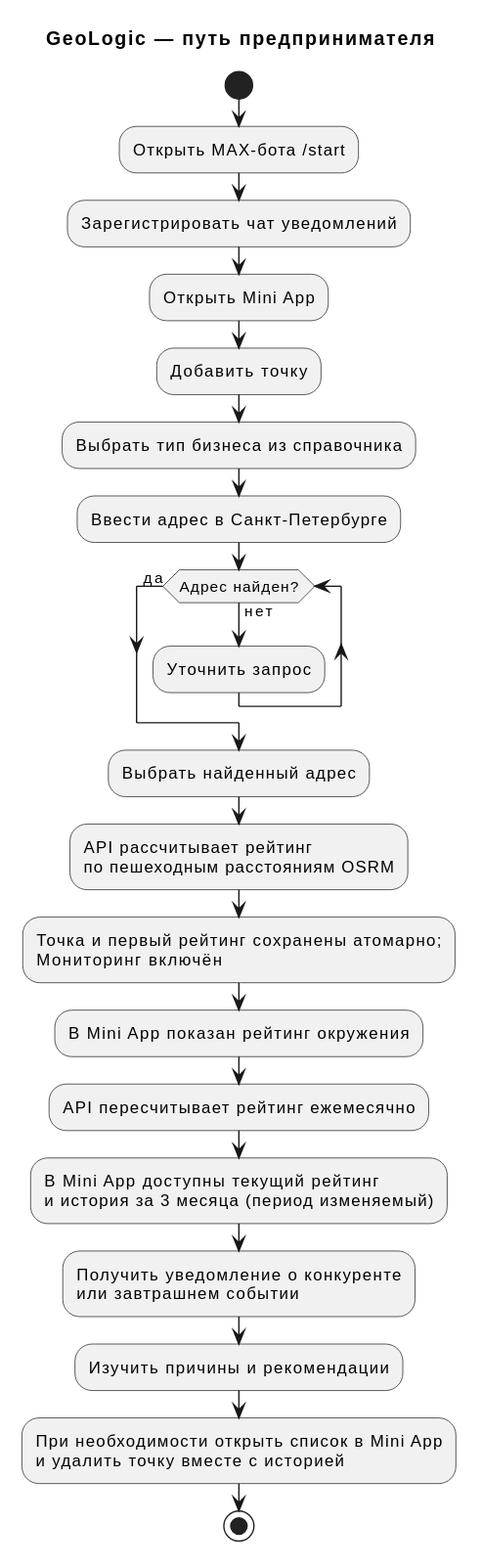
The PlantUML diagram docs/diagrams/rendered/cjm-owner.svg in kotafan1rich/GeoLogic-Monitor, before a commit.
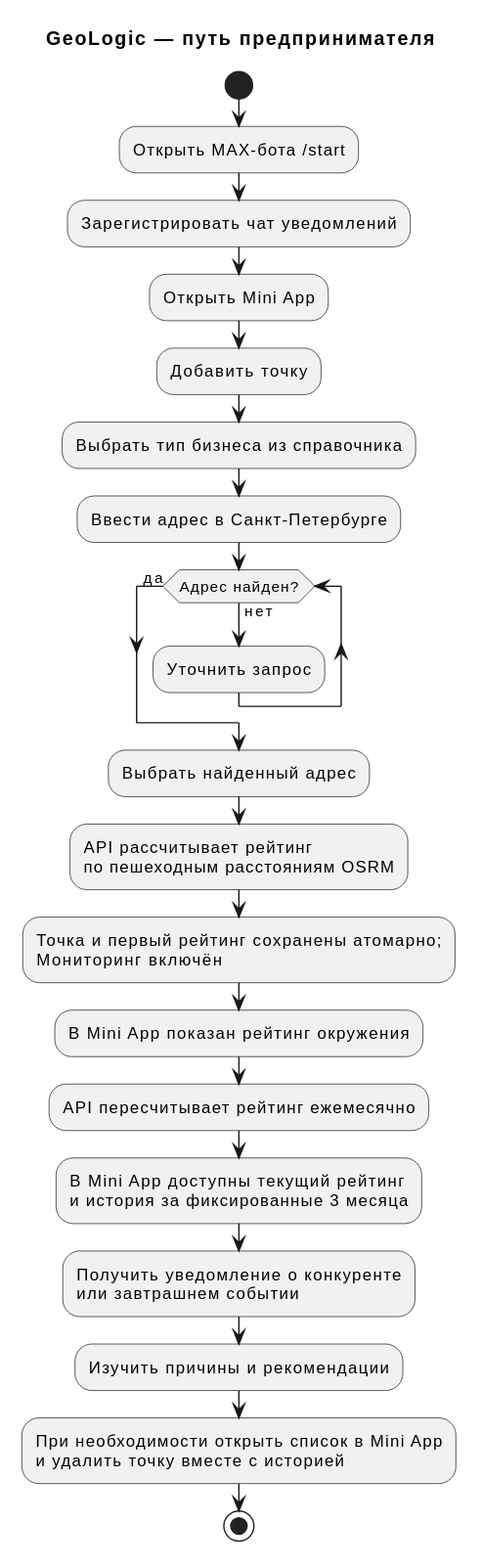
After the change.

What changed in the source:
```diff
@@ -16,7 +16,7 @@
 :Точка и первый рейтинг сохранены атомарно;\nМониторинг включён;
 :В Mini App показан рейтинг окружения;
 :API пересчитывает рейтинг ежемесячно;
-:В Mini App доступны текущий рейтинг\nи история за 3 месяца (период изменяемый);
+:В Mini App доступны текущий рейтинг\nи история за фиксированные 3 месяца;
 :Получить уведомление о конкуренте\nили завтрашнем событии;
 :Изучить причины и рекомендации;
 :При необходимости открыть список в Mini App\nи удалить точку вместе с историей;
```
